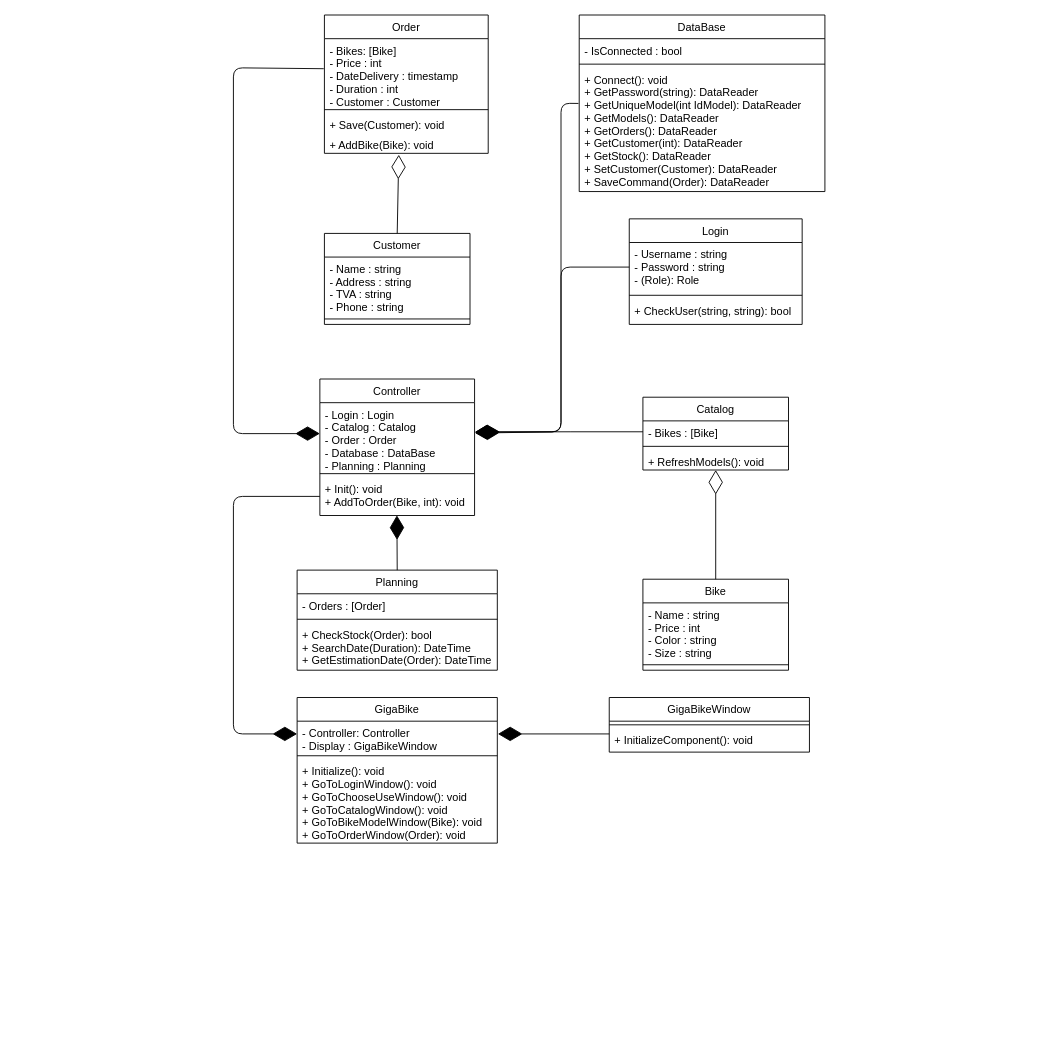
Before: Diagrams/ClassDiagram.drawio in alex210501/GigaBike, a draw.io diagram. Source tidied: cells renumbered, new cells numbered last; positions are measured from the earlier drawing's top-left corner, leaving out a move shared by most shapes. Both pictures are drawn from the tidied source at 91%, with x=0, y=0 at pixel (233, 15).
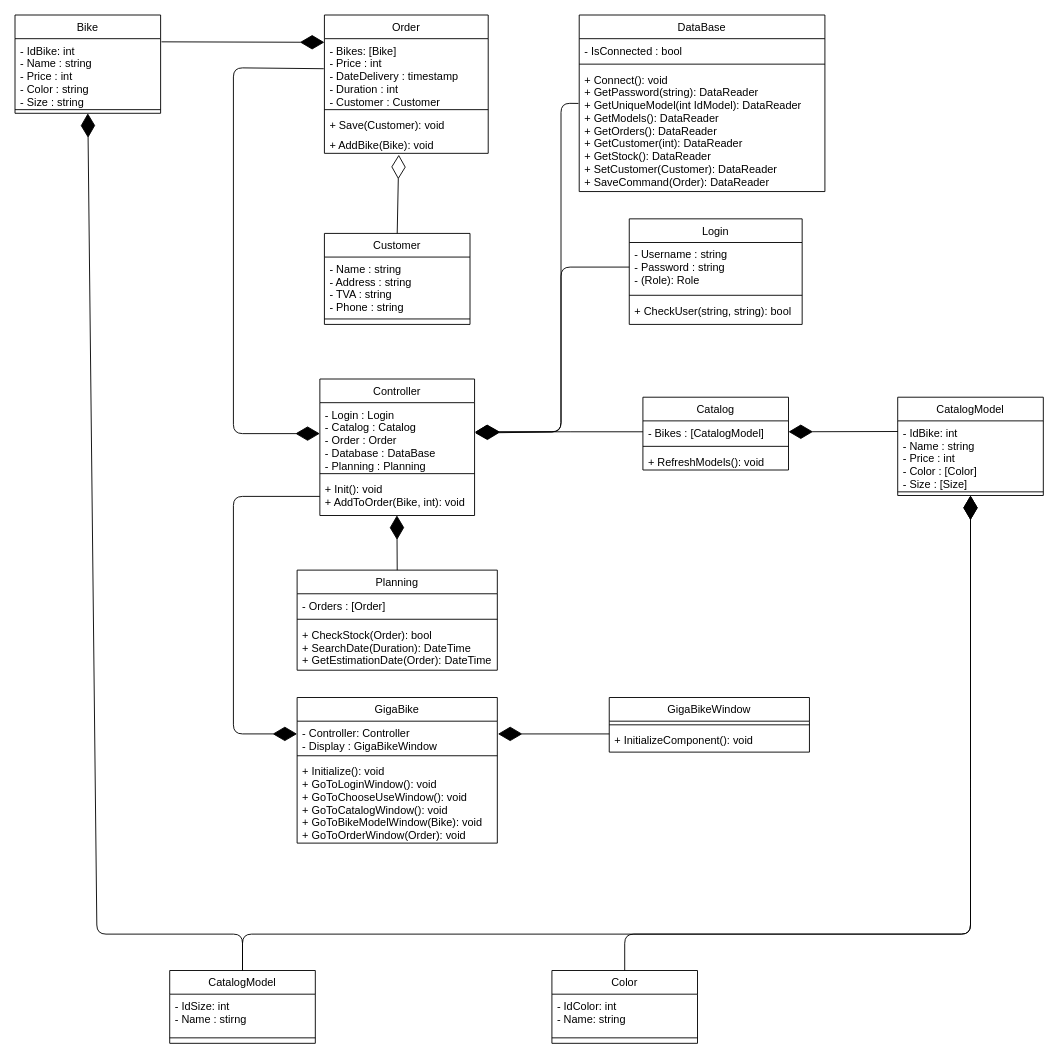
The same diagram, later.

Commit message (it also covers changes not shown here):
Add Color and Size class

Unchanged cells that the change refers to:
```xml
<mxCell id="19" value="Catalog" style="swimlane;fontStyle=0;align=center;verticalAlign=top;horizontal=1;startSize=26;rounded=0;shadow=0;strokeWidth=1;" parent="1" vertex="1">
  <mxGeometry x="450" y="420" width="160" height="80" as="geometry" />
</mxCell>
```

What changed in the source:
```diff
@@
-    <mxCell id="20" value="- Bikes : [Bike]" style="text;align=left;verticalAlign=top;spacingLeft=4;spacingRight=4;overflow=hidden;points=[[0,0.5],[1,0.5]];portConstraint=eastwest;" parent="19" vertex="1">
+    <mxCell id="20" value="- Bikes : [CatalogModel]" style="text;align=left;verticalAlign=top;spacingLeft=4;spacingRight=4;overflow=hidden;points=[[0,0.5],[1,0.5]];portConstraint=eastwest;" parent="19" vertex="1">
       <mxGeometry y="26" width="160" height="24" as="geometry" />
     </mxCell>
@@
     <mxCell id="23" value="Bike" style="swimlane;fontStyle=0;align=center;verticalAlign=top;horizontal=1;startSize=26;rounded=0;shadow=0;strokeWidth=1;" parent="1" vertex="1">
-      <mxGeometry x="450" y="620" width="160" height="100" as="geometry" />
+      <mxGeometry x="-240" width="160" height="108" as="geometry" />
     </mxCell>
-    <mxCell id="24" value="- Name : string&#10;- Price : int&#10;- Color : string&#10;- Size : string" style="text;align=left;verticalAlign=top;spacingLeft=4;spacingRight=4;overflow=hidden;points=[[0,0.5],[1,0.5]];portConstraint=eastwest;" parent="23" vertex="1">
-      <mxGeometry y="26" width="160" height="64" as="geometry" />
+    <mxCell id="24" value="- IdBike: int&#10;- Name : string&#10;- Price : int&#10;- Color : string&#10;- Size : string" style="text;align=left;verticalAlign=top;spacingLeft=4;spacingRight=4;overflow=hidden;points=[[0,0.5],[1,0.5]];portConstraint=eastwest;" parent="23" vertex="1">
+      <mxGeometry y="26" width="160" height="74" as="geometry" />
     </mxCell>
     <mxCell id="25" style="line;html=1;strokeWidth=1;align=left;verticalAlign=middle;spacingTop=-1;spacingLeft=3;spacingRight=3;labelPosition=right;" parent="23" vertex="1">
-      <mxGeometry y="90" width="160" height="8" as="geometry" />
+      <mxGeometry y="100" width="160" height="8" as="geometry" />
     </mxCell>
@@
-    <mxCell id="42" style="endArrow=diamondThin;endFill=0;endSize=24;html=1;entryX=0.5;entryY=1;entryDx=0;entryDy=0;" parent="1" edge="1" source="23" target="19">
-      <mxGeometry relative="1" as="geometry" />
-    </mxCell>
@@
+    <mxCell id="49" style="endArrow=diamondThin;endFill=1;endSize=24;html=1;exitX=1.006;exitY=0.047;exitDx=0;exitDy=0;exitPerimeter=0;" parent="1" edge="1" source="24">
+      <mxGeometry relative="1" as="geometry">
+        <mxPoint x="100" y="30" as="targetPoint" />
+      </mxGeometry>
+    </mxCell>
+    <mxCell id="50" value="CatalogModel" style="swimlane;fontStyle=0;align=center;verticalAlign=top;horizontal=1;startSize=26;rounded=0;shadow=0;strokeWidth=1;" parent="1" vertex="1">
+      <mxGeometry x="730" y="420" width="160" height="108" as="geometry" />
+    </mxCell>
+    <mxCell id="51" value="- IdBike: int&#10;- Name : string&#10;- Price : int&#10;- Color : [Color]&#10;- Size : [Size]" style="text;align=left;verticalAlign=top;spacingLeft=4;spacingRight=4;overflow=hidden;points=[[0,0.5],[1,0.5]];portConstraint=eastwest;" parent="50" vertex="1">
+      <mxGeometry y="26" width="160" height="74" as="geometry" />
+    </mxCell>
+    <mxCell id="52" style="line;html=1;strokeWidth=1;align=left;verticalAlign=middle;spacingTop=-1;spacingLeft=3;spacingRight=3;labelPosition=right;" parent="50" vertex="1">
+      <mxGeometry y="100" width="160" height="8" as="geometry" />
+    </mxCell>
+    <mxCell id="53" style="endArrow=diamondThin;endFill=1;endSize=24;html=1;entryX=1;entryY=0.5;entryDx=0;entryDy=0;exitX=0.001;exitY=0.158;exitDx=0;exitDy=0;exitPerimeter=0;" parent="1" edge="1" source="51" target="20">
+      <mxGeometry relative="1" as="geometry" />
+    </mxCell>
+    <mxCell id="54" value="CatalogModel" style="swimlane;fontStyle=0;align=center;verticalAlign=top;horizontal=1;startSize=26;rounded=0;shadow=0;strokeWidth=1;" parent="1" vertex="1">
+      <mxGeometry x="-70" y="1050" width="160" height="80" as="geometry" />
+    </mxCell>
+    <mxCell id="55" value="- IdSize: int&#10;- Name : stirng" style="text;align=left;verticalAlign=top;spacingLeft=4;spacingRight=4;overflow=hidden;" parent="54" vertex="1">
+      <mxGeometry y="26" width="160" height="44" as="geometry" />
+    </mxCell>
+    <mxCell id="56" style="line;html=1;strokeWidth=1;align=left;verticalAlign=middle;spacingTop=-1;spacingLeft=3;spacingRight=3;labelPosition=right;" parent="54" vertex="1">
+      <mxGeometry y="70" width="160" height="8" as="geometry" />
+    </mxCell>
+    <mxCell id="57" value="Color" style="swimlane;fontStyle=0;align=center;verticalAlign=top;horizontal=1;startSize=26;rounded=0;shadow=0;strokeWidth=1;" parent="1" vertex="1">
+      <mxGeometry x="350" y="1050" width="160" height="80" as="geometry" />
+    </mxCell>
+    <mxCell id="58" value="- IdColor: int&#10;- Name: string" style="text;align=left;verticalAlign=top;spacingLeft=4;spacingRight=4;overflow=hidden;" parent="57" vertex="1">
+      <mxGeometry y="26" width="160" height="44" as="geometry" />
+    </mxCell>
+    <mxCell id="59" style="line;html=1;strokeWidth=1;align=left;verticalAlign=middle;spacingTop=-1;spacingLeft=3;spacingRight=3;labelPosition=right;" parent="57" vertex="1">
+      <mxGeometry y="70" width="160" height="8" as="geometry" />
+    </mxCell>
+    <mxCell id="60" style="endArrow=diamondThin;endFill=1;endSize=24;html=1;entryX=0.5;entryY=1;entryDx=0;entryDy=0;exitX=0.5;exitY=0;exitDx=0;exitDy=0;" parent="1" edge="1" source="57" target="50">
+      <mxGeometry relative="1" as="geometry">
+        <Array as="points">
+          <mxPoint x="430" y="1010" />
+          <mxPoint x="810" y="1010" />
+          <mxPoint x="810" y="850" />
+        </Array>
+      </mxGeometry>
+    </mxCell>
+    <mxCell id="61" style="endArrow=diamondThin;endFill=1;endSize=24;html=1;exitX=0.5;exitY=0;exitDx=0;exitDy=0;entryX=0.5;entryY=1;entryDx=0;entryDy=0;" parent="1" edge="1" source="54" target="50">
+      <mxGeometry relative="1" as="geometry">
+        <Array as="points">
+          <mxPoint x="10" y="1010" />
+          <mxPoint x="810" y="1010" />
+        </Array>
+      </mxGeometry>
+    </mxCell>
+    <mxCell id="62" style="endArrow=diamondThin;endFill=1;endSize=24;html=1;entryX=0.5;entryY=1;entryDx=0;entryDy=0;exitX=0.5;exitY=0;exitDx=0;exitDy=0;" parent="1" edge="1" source="54" target="23">
+      <mxGeometry relative="1" as="geometry">
+        <Array as="points">
+          <mxPoint x="10" y="1010" />
+          <mxPoint x="-150" y="1010" />
+        </Array>
+      </mxGeometry>
+    </mxCell>
```
